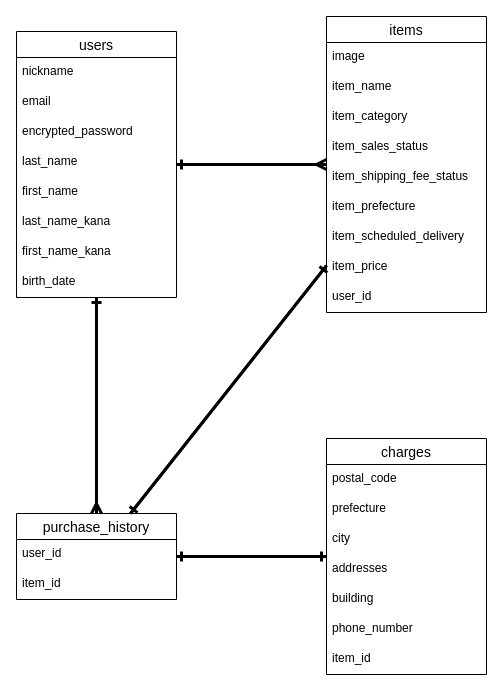
yw6870/furima-32560 keeps this draw.io diagram as furima.dio. Above is the earlier version. Source tidied: cells renumbered, new cells numbered last; positions are measured from the earlier drawing's top-left corner, leaving out a move shared by most shapes. Both pictures are drawn from the tidied source at 100%, with x=0, y=0 at pixel (16, 16).
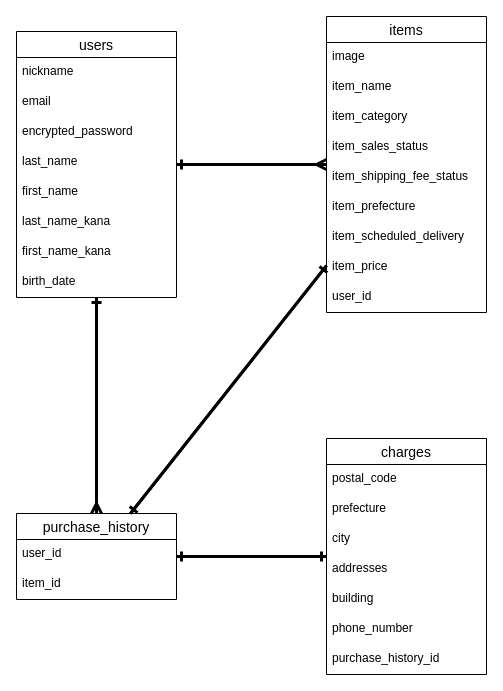
The same diagram, later.

Commit message (it also covers changes not shown here):
指摘事項の修正

The change refers to these unchanged cells:
```xml
<mxCell id="21" value="charges" style="swimlane;fontStyle=0;horizontal=1;startSize=26;align=center;fontSize=14;" parent="1" vertex="1">
  <mxGeometry x="310" y="422" width="160" height="236" as="geometry" />
</mxCell>
```

Change to the diagram source:
```diff
@@
-    <mxCell id="28" value="item_id" style="text;strokeColor=none;fillColor=none;spacingLeft=4;spacingRight=4;overflow=hidden;fontSize=12;" parent="21" vertex="1">
-      <mxGeometry y="206" width="160" height="30" as="geometry" />
-    </mxCell>
+    <mxCell id="40" value="purchase_history_id" style="text;strokeColor=none;fillColor=none;spacingLeft=4;spacingRight=4;overflow=hidden;fontSize=12;" parent="21" vertex="1">
+      <mxGeometry y="206" width="160" height="30" as="geometry" />
+    </mxCell>
```
